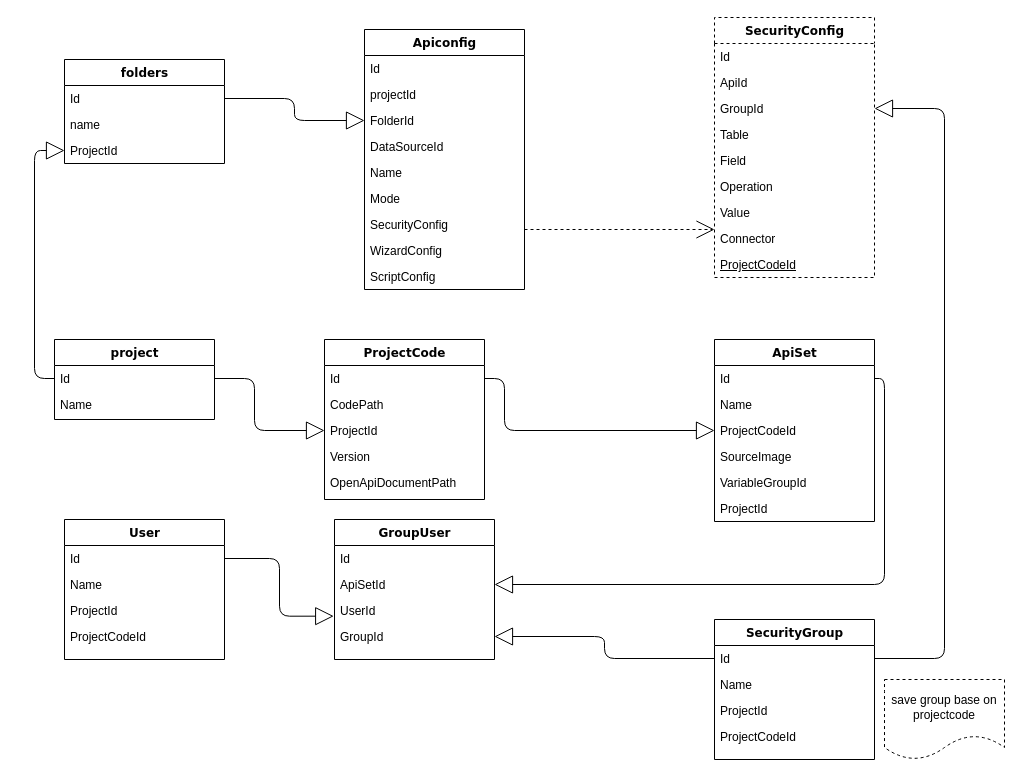
Above: Untitled Diagram.drawio in JohnXu/JohnDiagrams (draw.io), before the change. Source tidied: cells renumbered, new cells numbered last; positions are measured from the earlier drawing's top-left corner, leaving out a move shared by most shapes. Both pictures are drawn from the tidied source at 100%, with x=0, y=0 at pixel (34, 17).
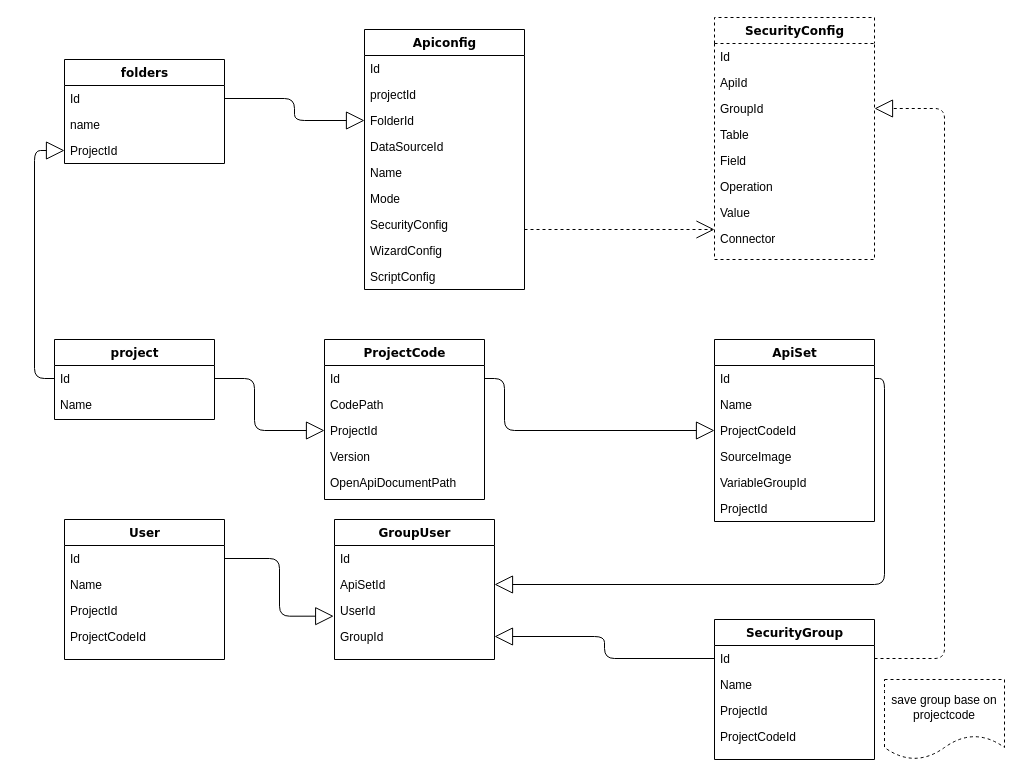
The same page after the edit.

Unchanged cells that the change refers to:
```xml
<mxCell id="18" value="GroupId" style="text;html=1;strokeColor=none;fillColor=none;align=left;verticalAlign=top;spacingLeft=4;spacingRight=4;whiteSpace=wrap;overflow=hidden;points=[[0,0.5],[1,0.5]];portConstraint=eastwest;" parent="15" vertex="1">
  <mxGeometry y="78" width="160" height="26" as="geometry" />
</mxCell>
<mxCell id="33" value="Id" style="text;html=1;strokeColor=none;fillColor=none;align=left;verticalAlign=top;spacingLeft=4;spacingRight=4;whiteSpace=wrap;overflow=hidden;points=[[0,0.5],[1,0.5]];portConstraint=eastwest;" parent="32" vertex="1">
  <mxGeometry y="26" width="160" height="26" as="geometry" />
</mxCell>
```

The edit, as a diff of the source:
```diff
@@
     <mxCell id="15" value="SecurityConfig" style="swimlane;html=1;fontStyle=1;align=center;verticalAlign=top;horizontal=1;startSize=26;swimlaneFillColor=#ffffff;rounded=0;shadow=0;comic=0;labelBackgroundColor=none;strokeWidth=1;fillColor=none;fontFamily=Verdana;fontSize=12;dashed=1;" parent="1" vertex="1">
-      <mxGeometry x="680" width="160" height="260" as="geometry" />
+      <mxGeometry x="680" width="160" height="242" as="geometry" />
     </mxCell>
@@
-    <mxCell id="24" value="ProjectCodeId" style="text;html=1;strokeColor=none;fillColor=none;align=left;verticalAlign=top;spacingLeft=4;spacingRight=4;whiteSpace=wrap;overflow=hidden;fontStyle=4;" parent="15" vertex="1">
-      <mxGeometry y="234" width="160" height="26" as="geometry" />
-    </mxCell>
@@
-    <mxCell id="65" style="edgeStyle=orthogonalEdgeStyle;html=1;labelBackgroundColor=none;startFill=0;startSize=8;endArrow=block;endFill=0;endSize=16;fontFamily=Verdana;fontSize=12;exitX=1;exitY=0.5;exitDx=0;exitDy=0;entryX=1;entryY=0.5;entryDx=0;entryDy=0;" parent="1" edge="1" source="33" target="18">
+    <mxCell id="65" style="edgeStyle=orthogonalEdgeStyle;html=1;labelBackgroundColor=none;startFill=0;startSize=8;endArrow=block;endFill=0;endSize=16;fontFamily=Verdana;fontSize=12;exitX=1;exitY=0.5;exitDx=0;exitDy=0;entryX=1;entryY=0.5;entryDx=0;entryDy=0;dashed=1;" parent="1" edge="1" source="33" target="18">
       <mxGeometry relative="1" as="geometry">
         <Array as="points">
           <mxPoint x="910" y="641" />
           <mxPoint x="910" y="91" />
         </Array>
       </mxGeometry>
     </mxCell>
```
